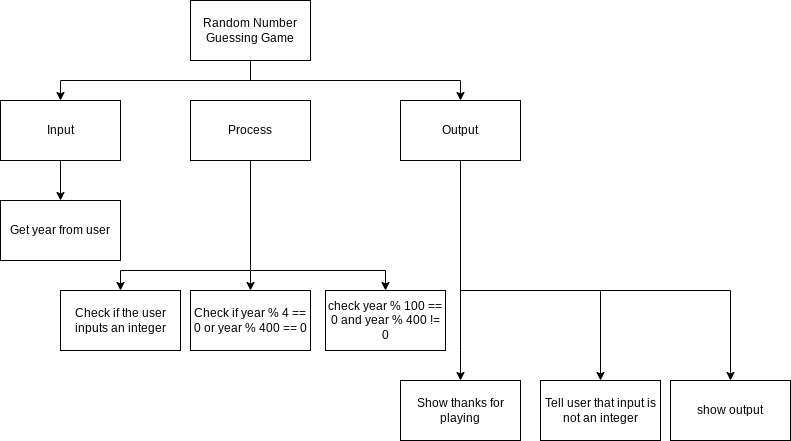
Johanna-liu16/ICS3U-Unit-3-08-python keeps this draw.io diagram as design/top-down.png. Above is the earlier version. Source tidied: cells renumbered, new cells last; positions are measured from the earlier drawing's top-left corner, leaving out a move shared by most shapes.
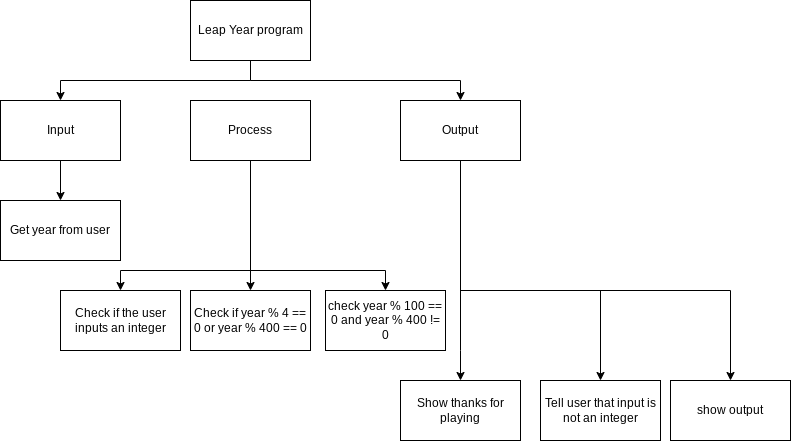
Above is the later version.

Change to the diagram source:
```diff
@@ -82,7 +82,7 @@
         </Array>
       </mxGeometry>
     </mxCell>
-    <mxCell id="17" value="Random Number Guessing Game" style="rounded=0;whiteSpace=wrap;html=1;" parent="1" vertex="1">
+    <mxCell id="17" value="Leap Year program" style="rounded=0;whiteSpace=wrap;html=1;" parent="1" vertex="1">
       <mxGeometry x="190" width="120" height="60" as="geometry" />
     </mxCell>
     <mxCell id="18" value="Show thanks for playing" style="rounded=0;whiteSpace=wrap;html=1;" parent="1" vertex="1">
```
